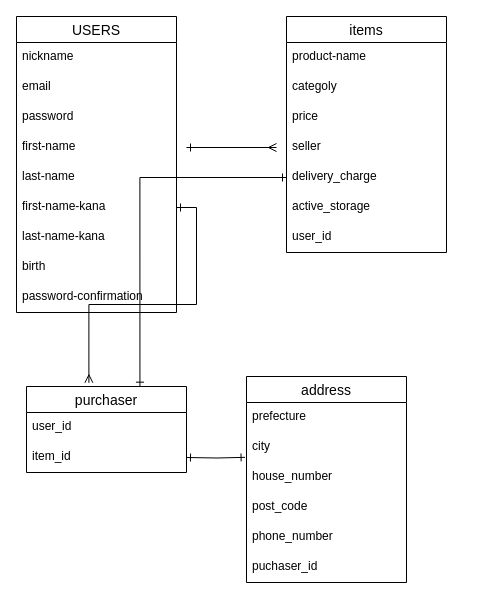
The draw.io diagram test.dio in soka50/furima-28218, before the edit. Source tidied: cells renumbered, new cells numbered last; positions are measured from the earlier drawing's top-left corner, leaving out a move shared by most shapes. Both pictures are drawn from the tidied source at 100%, with x=0, y=0 at pixel (16, 16).
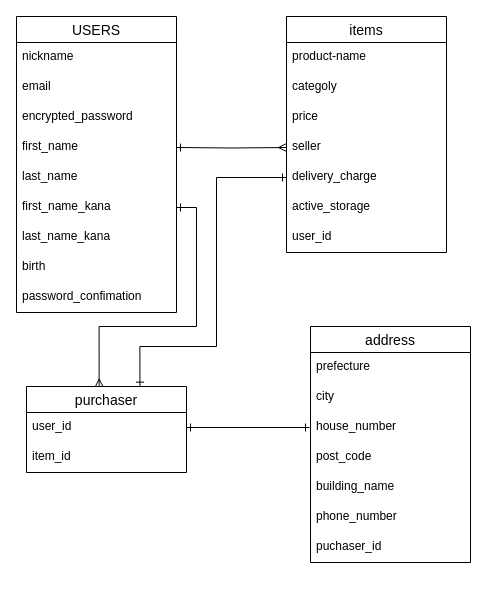
Above is the later version.

Unchanged cells that the change refers to:
```xml
<mxCell id="2" value="USERS" style="swimlane;fontStyle=0;horizontal=1;startSize=26;align=center;fontSize=14;" parent="1" vertex="1">
  <mxGeometry width="160" height="296" as="geometry" />
</mxCell>
<mxCell id="16" value="seller" style="text;strokeColor=none;fillColor=none;spacingLeft=4;spacingRight=4;overflow=hidden;points=[[0,0.5],[1,0.5]];portConstraint=eastwest;fontSize=12;" parent="12" vertex="1">
  <mxGeometry y="116" width="160" height="30" as="geometry" />
</mxCell>
<mxCell id="17" value="delivery_charge" style="text;strokeColor=none;fillColor=none;spacingLeft=4;spacingRight=4;overflow=hidden;points=[[0,0.5],[1,0.5]];portConstraint=eastwest;fontSize=12;" parent="12" vertex="1">
  <mxGeometry y="146" width="160" height="30" as="geometry" />
</mxCell>
<mxCell id="20" value="purchaser" style="swimlane;fontStyle=0;horizontal=1;startSize=26;align=center;fontSize=14;" parent="1" vertex="1">
  <mxGeometry x="10" y="370" width="160" height="86" as="geometry" />
</mxCell>
<mxCell id="21" value="user_id" style="text;strokeColor=none;fillColor=none;spacingLeft=4;spacingRight=4;overflow=hidden;points=[[0,0.5],[1,0.5]];portConstraint=eastwest;fontSize=12;" parent="20" vertex="1">
  <mxGeometry y="26" width="160" height="30" as="geometry" />
</mxCell>
<mxCell id="25" value="city" style="text;strokeColor=none;fillColor=none;spacingLeft=4;spacingRight=4;overflow=hidden;points=[[0,0.5],[1,0.5]];portConstraint=eastwest;fontSize=12;" parent="23" vertex="1">
  <mxGeometry y="56" width="160" height="30" as="geometry" />
</mxCell>
```

Change to the diagram source:
```diff
@@
-    <mxCell id="5" value="password" style="text;strokeColor=none;fillColor=none;spacingLeft=4;spacingRight=4;overflow=hidden;fontSize=12;" parent="2" vertex="1">
+    <mxCell id="5" value="encrypted_password" style="text;strokeColor=none;fillColor=none;spacingLeft=4;spacingRight=4;overflow=hidden;fontSize=12;" parent="2" vertex="1">
       <mxGeometry y="86" width="160" height="30" as="geometry" />
     </mxCell>
-    <mxCell id="6" value="first-name" style="text;strokeColor=none;fillColor=none;spacingLeft=4;spacingRight=4;overflow=hidden;fontSize=12;" parent="2" vertex="1">
+    <mxCell id="6" value="first_name" style="text;strokeColor=none;fillColor=none;spacingLeft=4;spacingRight=4;overflow=hidden;fontSize=12;" parent="2" vertex="1">
       <mxGeometry y="116" width="160" height="30" as="geometry" />
     </mxCell>
-    <mxCell id="7" value="last-name" style="text;strokeColor=none;fillColor=none;spacingLeft=4;spacingRight=4;overflow=hidden;fontSize=12;" parent="2" vertex="1">
+    <mxCell id="7" value="last_name" style="text;strokeColor=none;fillColor=none;spacingLeft=4;spacingRight=4;overflow=hidden;fontSize=12;" parent="2" vertex="1">
       <mxGeometry y="146" width="160" height="30" as="geometry" />
     </mxCell>
-    <mxCell id="8" value="first-name-kana" style="text;strokeColor=none;fillColor=none;spacingLeft=4;spacingRight=4;overflow=hidden;points=[[0,0.5],[1,0.5]];portConstraint=eastwest;fontSize=12;" parent="2" vertex="1">
+    <mxCell id="8" value="first_name_kana" style="text;strokeColor=none;fillColor=none;spacingLeft=4;spacingRight=4;overflow=hidden;points=[[0,0.5],[1,0.5]];portConstraint=eastwest;fontSize=12;" parent="2" vertex="1">
       <mxGeometry y="176" width="160" height="30" as="geometry" />
     </mxCell>
-    <mxCell id="9" value="last-name-kana" style="text;strokeColor=none;fillColor=none;spacingLeft=4;spacingRight=4;overflow=hidden;fontSize=12;" parent="2" vertex="1">
+    <mxCell id="9" value="last_name_kana" style="text;strokeColor=none;fillColor=none;spacingLeft=4;spacingRight=4;overflow=hidden;fontSize=12;" parent="2" vertex="1">
       <mxGeometry y="206" width="160" height="30" as="geometry" />
     </mxCell>
@@
-    <mxCell id="11" value="password-confirmation" style="text;strokeColor=none;fillColor=none;spacingLeft=4;spacingRight=4;overflow=hidden;fontSize=12;" parent="2" vertex="1">
+    <mxCell id="11" value="password_confimation" style="text;strokeColor=none;fillColor=none;spacingLeft=4;spacingRight=4;overflow=hidden;fontSize=12;" parent="2" vertex="1">
       <mxGeometry y="266" width="160" height="30" as="geometry" />
     </mxCell>
@@
     <mxCell id="23" value="address" style="swimlane;fontStyle=0;horizontal=1;startSize=26;align=center;fontSize=14;" parent="1" vertex="1">
-      <mxGeometry x="230" y="360" width="160" height="206" as="geometry" />
+      <mxGeometry x="294" y="310" width="160" height="236" as="geometry" />
     </mxCell>
@@
-    <mxCell id="28" value="phone_number" style="text;strokeColor=none;fillColor=none;spacingLeft=4;spacingRight=4;overflow=hidden;fontSize=12;" parent="23" vertex="1">
+    <mxCell id="28" value="building_name" style="text;strokeColor=none;fillColor=none;spacingLeft=4;spacingRight=4;overflow=hidden;fontSize=12;" parent="23" vertex="1">
       <mxGeometry y="146" width="160" height="30" as="geometry" />
     </mxCell>
-    <mxCell id="29" value="puchaser_id" style="text;strokeColor=none;fillColor=none;spacingLeft=4;spacingRight=4;overflow=hidden;fontSize=12;" parent="23" vertex="1">
+    <mxCell id="29" value="phone_number" style="text;strokeColor=none;fillColor=none;spacingLeft=4;spacingRight=4;overflow=hidden;fontSize=12;" parent="23" vertex="1">
       <mxGeometry y="176" width="160" height="30" as="geometry" />
     </mxCell>
+    <mxCell id="34" value="puchaser_id" style="text;strokeColor=none;fillColor=none;spacingLeft=4;spacingRight=4;overflow=hidden;fontSize=12;" parent="23" vertex="1">
+      <mxGeometry y="206" width="160" height="30" as="geometry" />
+    </mxCell>
-    <mxCell id="30" style="edgeStyle=orthogonalEdgeStyle;rounded=0;orthogonalLoop=1;jettySize=auto;html=1;exitX=1;exitY=0.5;exitDx=0;exitDy=0;startArrow=ERone;startFill=0;endArrow=ERmany;endFill=0;" parent="1" edge="1">
+    <mxCell id="30" style="edgeStyle=orthogonalEdgeStyle;rounded=0;jettySize=auto;html=1;exitX=1;exitY=0.5;exitDx=0;exitDy=0;startArrow=ERone;startFill=0;endArrow=ERmany;endFill=0;entryX=0;entryY=0.5;entryDx=0;entryDy=0;" parent="1" edge="1" target="16">
       <mxGeometry relative="1" as="geometry">
-        <mxPoint x="170" y="131" as="sourcePoint" />
-        <mxPoint x="260" y="131" as="targetPoint" />
+        <mxPoint x="160" y="131" as="sourcePoint" />
       </mxGeometry>
     </mxCell>
     <mxCell id="31" style="edgeStyle=orthogonalEdgeStyle;rounded=0;jettySize=auto;html=1;entryX=0.709;entryY=-0.004;entryDx=0;entryDy=0;entryPerimeter=0;startArrow=ERone;startFill=0;endArrow=ERone;endFill=0;" parent="1" edge="1" source="17" target="20">
-      <mxGeometry relative="1" as="geometry" />
+      <mxGeometry relative="1" as="geometry">
+        <Array as="points">
+          <mxPoint x="200" y="161" />
+          <mxPoint x="200" y="330" />
+          <mxPoint x="123" y="330" />
+        </Array>
+      </mxGeometry>
     </mxCell>
-    <mxCell id="32" style="edgeStyle=orthogonalEdgeStyle;rounded=0;jettySize=auto;html=1;exitX=1;exitY=0.5;exitDx=0;exitDy=0;entryX=-0.009;entryY=0.828;entryDx=0;entryDy=0;entryPerimeter=0;startArrow=ERone;startFill=0;endArrow=ERone;endFill=0;" parent="1" edge="1" target="25">
+    <mxCell id="32" style="edgeStyle=orthogonalEdgeStyle;rounded=0;jettySize=auto;html=1;startArrow=ERone;startFill=0;endArrow=ERone;endFill=0;exitX=1;exitY=0.5;exitDx=0;exitDy=0;" parent="1" edge="1" source="21">
       <mxGeometry relative="1" as="geometry">
-        <mxPoint x="170" y="441" as="sourcePoint" />
+        <mxPoint x="293" y="411" as="targetPoint" />
+        <Array as="points">
+          <mxPoint x="293" y="411" />
+        </Array>
       </mxGeometry>
     </mxCell>
-    <mxCell id="33" style="edgeStyle=orthogonalEdgeStyle;rounded=0;jettySize=auto;html=1;exitX=1;exitY=0.5;exitDx=0;exitDy=0;entryX=0.39;entryY=-0.043;entryDx=0;entryDy=0;entryPerimeter=0;startArrow=ERone;startFill=0;endArrow=ERmany;endFill=0;" parent="1" edge="1" source="8" target="20">
-      <mxGeometry relative="1" as="geometry" />
+    <mxCell id="33" style="edgeStyle=orthogonalEdgeStyle;rounded=0;jettySize=auto;html=1;exitX=1;exitY=0.5;exitDx=0;exitDy=0;startArrow=ERone;startFill=0;endArrow=ERmany;endFill=0;entryX=0.454;entryY=0.006;entryDx=0;entryDy=0;entryPerimeter=0;" parent="1" edge="1" source="8" target="20">
+      <mxGeometry relative="1" as="geometry">
+        <Array as="points">
+          <mxPoint x="180" y="191" />
+          <mxPoint x="180" y="310" />
+          <mxPoint x="83" y="310" />
+        </Array>
+      </mxGeometry>
     </mxCell>
```
